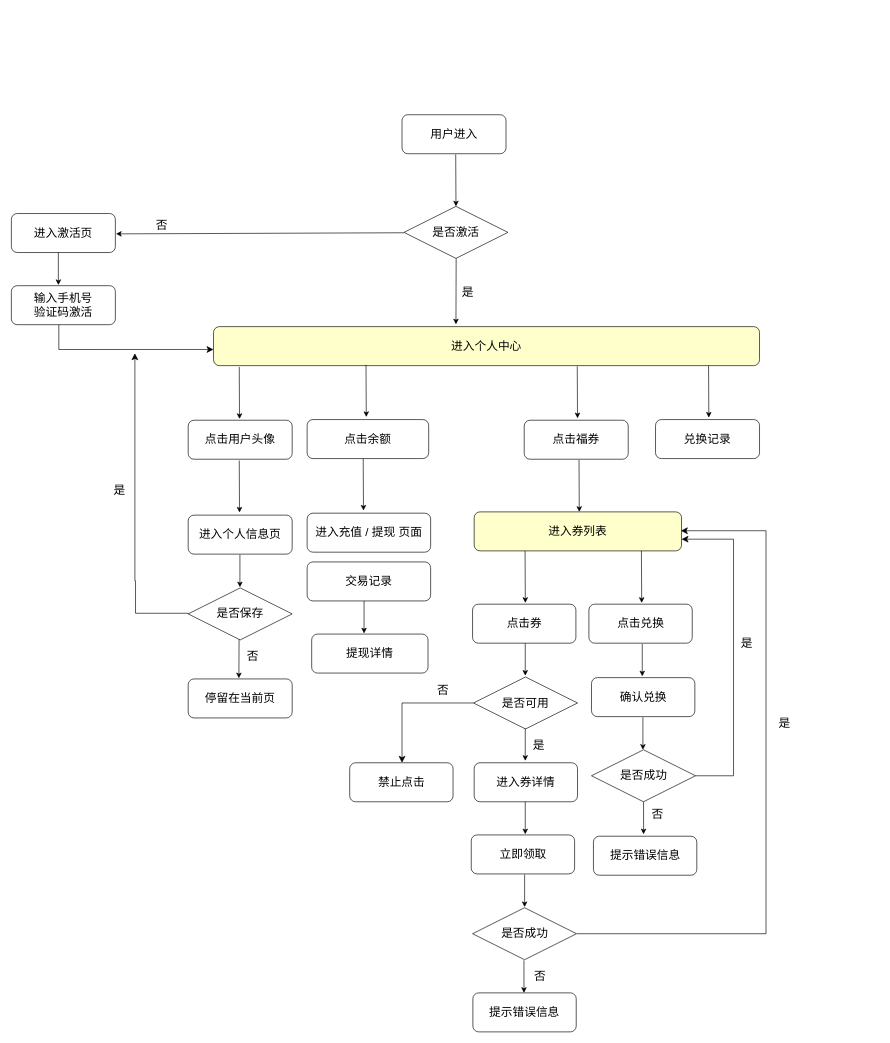
Above: 未命名绘图.drawio in 13717135460/vue-admin (draw.io), before the change. Source tidied: cells renumbered, new cells numbered last; positions are measured from the earlier drawing's top-left corner, leaving out a move shared by most shapes. Both pictures are drawn from the tidied source at 65%, with x=0, y=0 at pixel (11, 114).
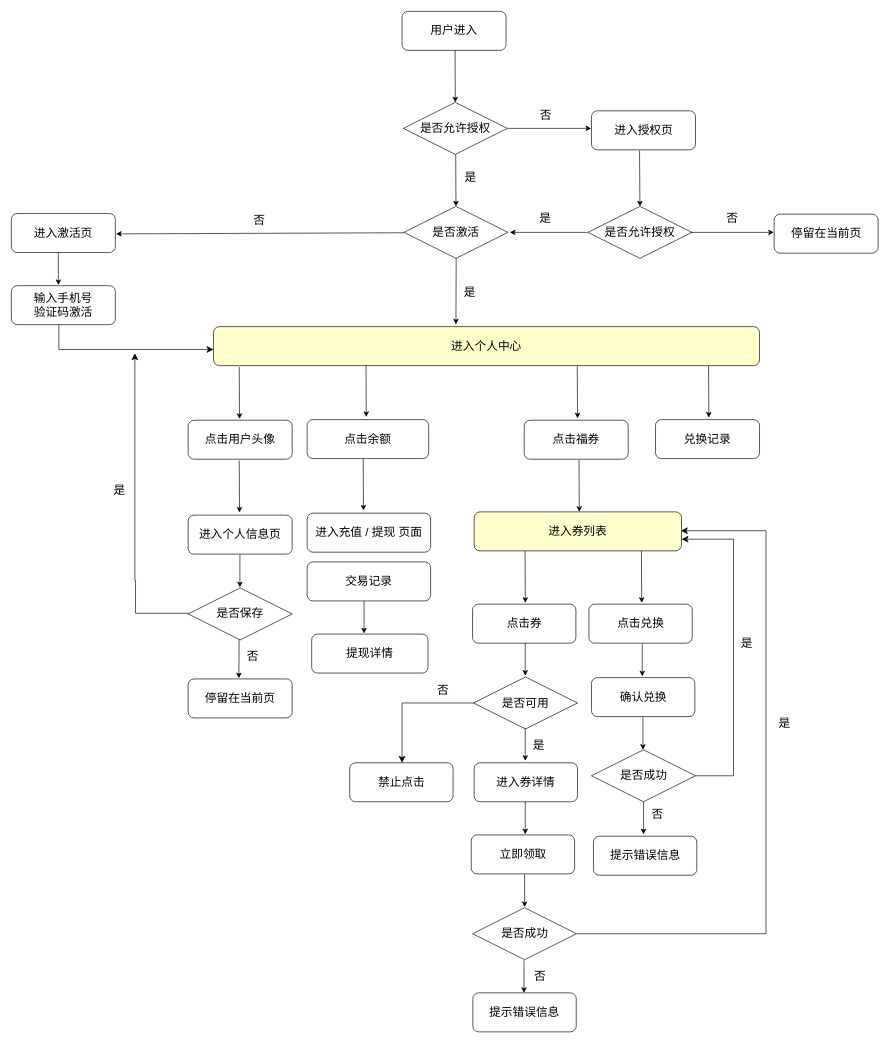
The same diagram, later.

Commit message:
更新未命名绘图.drawio

Diff of the diagram source:
```diff
@@
-    <mxCell id="2" value="&lt;font style=&quot;font-size: 18px;&quot;&gt;用户进入&lt;/font&gt;" style="rounded=1;whiteSpace=wrap;html=1;" parent="1" vertex="1">
-      <mxGeometry x="601" width="160" height="60" as="geometry" />
-    </mxCell>
@@
     <mxCell id="5" value="&lt;font style=&quot;font-size: 18px;&quot;&gt;是&lt;/font&gt;" style="text;html=1;align=center;verticalAlign=middle;strokeColor=none;fillColor=none;" parent="1" vertex="1">
-      <mxGeometry x="682" y="254" width="40" height="40" as="geometry" />
+      <mxGeometry x="685" y="254" width="40" height="40" as="geometry" />
     </mxCell>
@@
     <mxCell id="7" value="&lt;font style=&quot;font-size: 18px;&quot;&gt;否&lt;/font&gt;" style="text;html=1;align=center;verticalAlign=middle;strokeColor=none;fillColor=none;" parent="1" vertex="1">
-      <mxGeometry x="211" y="150" width="40" height="40" as="geometry" />
+      <mxGeometry x="361" y="142" width="40" height="40" as="geometry" />
     </mxCell>
@@
+    <mxCell id="2" value="&lt;font style=&quot;font-size: 18px;&quot;&gt;用户进入&lt;/font&gt;" style="rounded=1;whiteSpace=wrap;html=1;" parent="1" vertex="1">
+      <mxGeometry x="601" y="-159" width="160" height="60" as="geometry" />
+    </mxCell>
+    <mxCell id="68" value="&lt;font style=&quot;font-size: 18px;&quot;&gt;是否允许授权&lt;/font&gt;" style="rhombus;whiteSpace=wrap;html=1;" parent="1" vertex="1">
+      <mxGeometry x="603" y="-19" width="160" height="80" as="geometry" />
+    </mxCell>
+    <mxCell id="69" style="endArrow=classic;html=1;rounded=0;" parent="1" edge="1">
+      <mxGeometry relative="1" as="geometry">
+        <mxPoint x="682.6" y="-99" as="sourcePoint" />
+        <mxPoint x="683" y="-19" as="targetPoint" />
+      </mxGeometry>
+    </mxCell>
+    <mxCell id="70" style="endArrow=classic;html=1;rounded=0;exitX=0;exitY=0.507;exitDx=0;exitDy=0;exitPerimeter=0;" parent="1" edge="1">
+      <mxGeometry relative="1" as="geometry">
+        <mxPoint x="763.5" y="21" as="sourcePoint" />
+        <mxPoint x="892" y="21" as="targetPoint" />
+      </mxGeometry>
+    </mxCell>
+    <mxCell id="71" value="&lt;font style=&quot;font-size: 18px;&quot;&gt;否&lt;/font&gt;" style="text;html=1;align=center;verticalAlign=middle;strokeColor=none;fillColor=none;" parent="1" vertex="1">
+      <mxGeometry x="802" y="-19" width="40" height="40" as="geometry" />
+    </mxCell>
+    <mxCell id="72" value="&lt;font style=&quot;font-size: 18px;&quot;&gt;进入授权页&lt;/font&gt;" style="rounded=1;whiteSpace=wrap;html=1;" parent="1" vertex="1">
+      <mxGeometry x="892.5" y="-6" width="160" height="60" as="geometry" />
+    </mxCell>
+    <mxCell id="73" value="&lt;font style=&quot;font-size: 18px;&quot;&gt;是&lt;/font&gt;" style="text;html=1;align=center;verticalAlign=middle;strokeColor=none;fillColor=none;" parent="1" vertex="1">
+      <mxGeometry x="686" y="76" width="40" height="40" as="geometry" />
+    </mxCell>
+    <mxCell id="74" value="&lt;font style=&quot;font-size: 18px;&quot;&gt;是否允许授权&lt;/font&gt;" style="rhombus;whiteSpace=wrap;html=1;" parent="1" vertex="1">
+      <mxGeometry x="887" y="141" width="160" height="80" as="geometry" />
+    </mxCell>
+    <mxCell id="75" style="endArrow=classic;html=1;rounded=0;exitX=0.487;exitY=1.001;exitDx=0;exitDy=0;exitPerimeter=0;" parent="1" edge="1">
+      <mxGeometry relative="1" as="geometry">
+        <mxPoint x="966.4" y="55.1" as="sourcePoint" />
+        <mxPoint x="967" y="141" as="targetPoint" />
+      </mxGeometry>
+    </mxCell>
+    <mxCell id="76" style="endArrow=classic;html=1;rounded=0;exitX=0;exitY=0.507;exitDx=0;exitDy=0;exitPerimeter=0;" parent="1" edge="1">
+      <mxGeometry relative="1" as="geometry">
+        <mxPoint x="886.5" y="181" as="sourcePoint" />
+        <mxPoint x="767" y="181" as="targetPoint" />
+      </mxGeometry>
+    </mxCell>
+    <mxCell id="77" value="&lt;font style=&quot;font-size: 18px;&quot;&gt;是&lt;/font&gt;" style="text;html=1;align=center;verticalAlign=middle;strokeColor=none;fillColor=none;" parent="1" vertex="1">
+      <mxGeometry x="801" y="140" width="40" height="40" as="geometry" />
+    </mxCell>
+    <mxCell id="78" value="&lt;font style=&quot;font-size: 18px;&quot;&gt;否&lt;/font&gt;" style="text;html=1;align=center;verticalAlign=middle;strokeColor=none;fillColor=none;" parent="1" vertex="1">
+      <mxGeometry x="1089" y="140" width="40" height="40" as="geometry" />
+    </mxCell>
+    <mxCell id="79" style="endArrow=classic;html=1;rounded=0;exitX=0;exitY=0.507;exitDx=0;exitDy=0;exitPerimeter=0;" parent="1" edge="1">
+      <mxGeometry relative="1" as="geometry">
+        <mxPoint x="1044.5" y="181" as="sourcePoint" />
+        <mxPoint x="1173" y="181" as="targetPoint" />
+      </mxGeometry>
+    </mxCell>
+    <mxCell id="80" value="&lt;font style=&quot;font-size: 18px;&quot;&gt;停留在当前页&lt;/font&gt;" style="rounded=1;whiteSpace=wrap;html=1;" parent="1" vertex="1">
+      <mxGeometry x="1173.5" y="153" width="160" height="60" as="geometry" />
+    </mxCell>
```
